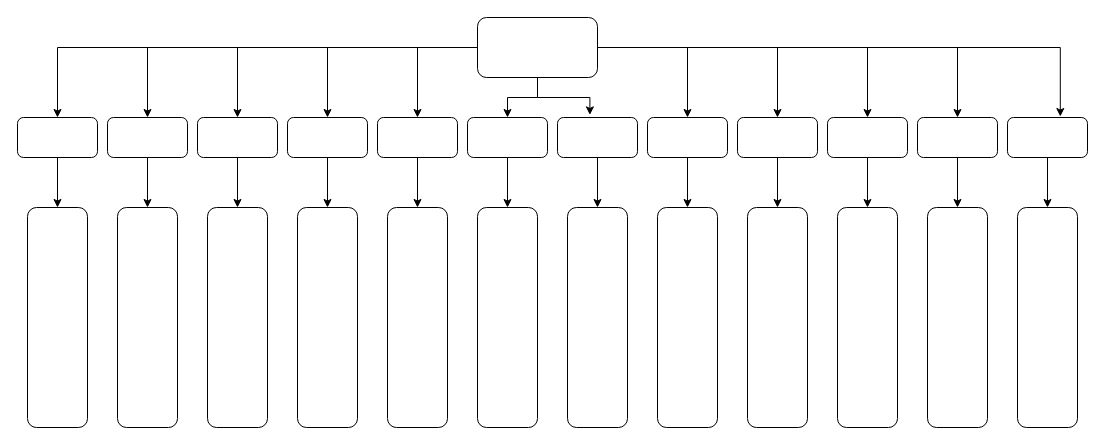
Above: 11.drawio in iznilul/A-draw.io (draw.io), before the change. Source tidied: cells renumbered, new cells numbered last; positions are measured from the earlier drawing's top-left corner, leaving out a move shared by most shapes. Both pictures are drawn from the tidied source at 100%, with x=0, y=0 at pixel (-53, 17).
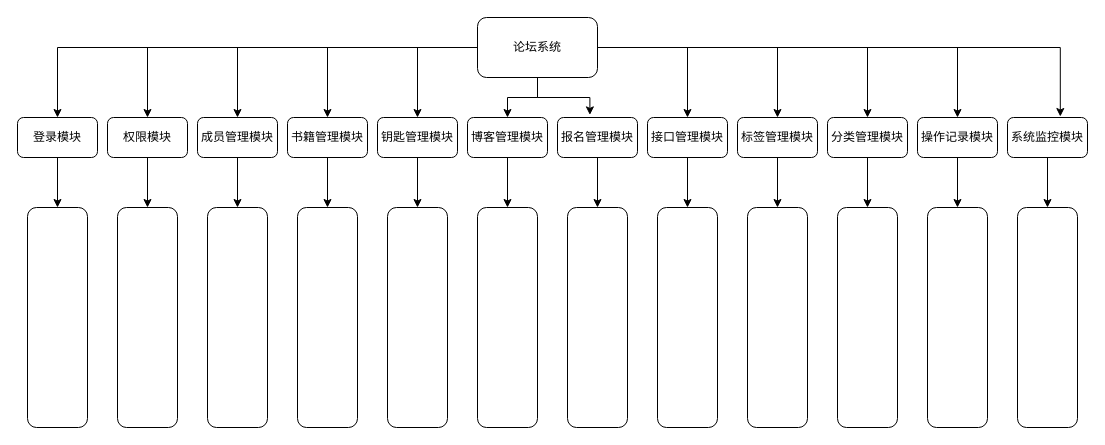
Above is the later version.

What changed in the source:
```diff
@@
-    <mxCell id="14" style="rounded=1;whiteSpace=wrap;html=1;" parent="1" vertex="1">
+    <mxCell id="14" value="论坛系统" style="rounded=1;whiteSpace=wrap;html=1;" parent="1" vertex="1">
       <mxGeometry x="530" width="120" height="60" as="geometry" />
     </mxCell>
@@
-    <mxCell id="16" style="rounded=1;whiteSpace=wrap;html=1;" parent="1" vertex="1">
+    <mxCell id="16" value="登录模块" style="rounded=1;whiteSpace=wrap;html=1;" parent="1" vertex="1">
       <mxGeometry x="70" y="100" width="80" height="40" as="geometry" />
     </mxCell>
@@
-    <mxCell id="18" style="rounded=1;whiteSpace=wrap;html=1;" parent="1" vertex="1">
+    <mxCell id="18" value="&lt;span style=&quot;&quot;&gt;权限模块&lt;/span&gt;" style="rounded=1;whiteSpace=wrap;html=1;" parent="1" vertex="1">
       <mxGeometry x="160" y="100" width="80" height="40" as="geometry" />
     </mxCell>
@@
-    <mxCell id="20" style="rounded=1;whiteSpace=wrap;html=1;" parent="1" vertex="1">
+    <mxCell id="20" value="&lt;span style=&quot;&quot;&gt;成员管理模块&lt;/span&gt;" style="rounded=1;whiteSpace=wrap;html=1;" parent="1" vertex="1">
       <mxGeometry x="250" y="100" width="80" height="40" as="geometry" />
     </mxCell>
@@
-    <mxCell id="22" style="rounded=1;whiteSpace=wrap;html=1;" parent="1" vertex="1">
+    <mxCell id="22" value="&lt;span style=&quot;&quot;&gt;书籍管理模块&lt;/span&gt;" style="rounded=1;whiteSpace=wrap;html=1;" parent="1" vertex="1">
       <mxGeometry x="340" y="100" width="80" height="40" as="geometry" />
     </mxCell>
@@
-    <mxCell id="24" style="rounded=1;whiteSpace=wrap;html=1;" parent="1" vertex="1">
+    <mxCell id="24" value="&lt;span style=&quot;&quot;&gt;钥匙管理模块&lt;/span&gt;" style="rounded=1;whiteSpace=wrap;html=1;" parent="1" vertex="1">
       <mxGeometry x="430" y="100" width="80" height="40" as="geometry" />
     </mxCell>
@@
-    <mxCell id="26" style="rounded=1;whiteSpace=wrap;html=1;" parent="1" vertex="1">
+    <mxCell id="26" value="&lt;span style=&quot;&quot;&gt;博客管理模块&lt;/span&gt;" style="rounded=1;whiteSpace=wrap;html=1;" parent="1" vertex="1">
       <mxGeometry x="520" y="100" width="80" height="40" as="geometry" />
     </mxCell>
@@
-    <mxCell id="28" style="rounded=1;whiteSpace=wrap;html=1;" parent="1" vertex="1">
+    <mxCell id="28" value="&lt;span style=&quot;&quot;&gt;报名管理模块&lt;/span&gt;" style="rounded=1;whiteSpace=wrap;html=1;" parent="1" vertex="1">
       <mxGeometry x="610" y="100" width="80" height="40" as="geometry" />
     </mxCell>
@@
-    <mxCell id="30" style="rounded=1;whiteSpace=wrap;html=1;" parent="1" vertex="1">
+    <mxCell id="30" value="&lt;span style=&quot;&quot;&gt;系统监控模块&lt;/span&gt;" style="rounded=1;whiteSpace=wrap;html=1;" parent="1" vertex="1">
       <mxGeometry x="1060" y="100" width="80" height="40" as="geometry" />
     </mxCell>
@@
-    <mxCell id="32" style="rounded=1;whiteSpace=wrap;html=1;" parent="1" vertex="1">
+    <mxCell id="32" value="&lt;span style=&quot;&quot;&gt;操作记录模块&lt;/span&gt;" style="rounded=1;whiteSpace=wrap;html=1;" parent="1" vertex="1">
       <mxGeometry x="970" y="100" width="80" height="40" as="geometry" />
     </mxCell>
@@
-    <mxCell id="34" style="rounded=1;whiteSpace=wrap;html=1;" parent="1" vertex="1">
+    <mxCell id="34" value="&lt;span style=&quot;&quot;&gt;分类管理模块&lt;/span&gt;" style="rounded=1;whiteSpace=wrap;html=1;" parent="1" vertex="1">
       <mxGeometry x="880" y="100" width="80" height="40" as="geometry" />
     </mxCell>
@@
-    <mxCell id="36" style="rounded=1;whiteSpace=wrap;html=1;" parent="1" vertex="1">
+    <mxCell id="36" value="&lt;span style=&quot;&quot;&gt;标签管理模块&lt;/span&gt;" style="rounded=1;whiteSpace=wrap;html=1;" parent="1" vertex="1">
       <mxGeometry x="790" y="100" width="80" height="40" as="geometry" />
     </mxCell>
@@
-    <mxCell id="38" style="rounded=1;whiteSpace=wrap;html=1;" parent="1" vertex="1">
+    <mxCell id="38" value="&lt;span style=&quot;&quot;&gt;接口管理模块&lt;/span&gt;" style="rounded=1;whiteSpace=wrap;html=1;" parent="1" vertex="1">
       <mxGeometry x="700" y="100" width="80" height="40" as="geometry" />
     </mxCell>
```
